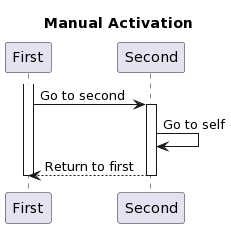
The PlantUML diagram docs/sequence_diagram/images/manual_activation_plantuml.png in mikalaiyurkin/umlcharter, before a commit. Its diagram source:
```plantuml
@startuml
title: Manual Activation
participant "First" as p1
participant "Second" as p2
activate p1
p1->p2: Go to second
activate p2
p2->p2: Go to self
p2-->p1: Return to first
deactivate p2
deactivate p1
@enduml
```
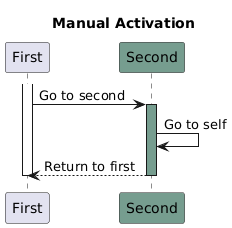
Later version of the same file.

Change to the diagram source:
```diff
@@ -1,10 +1,10 @@
 @startuml
 title: Manual Activation
 participant "First" as p1
-participant "Second" as p2
+participant "Second" as p2 #769D8F
 activate p1
 p1->p2: Go to second
-activate p2
+activate p2 #769D8F
 p2->p2: Go to self
 p2-->p1: Return to first
 deactivate p2
```
